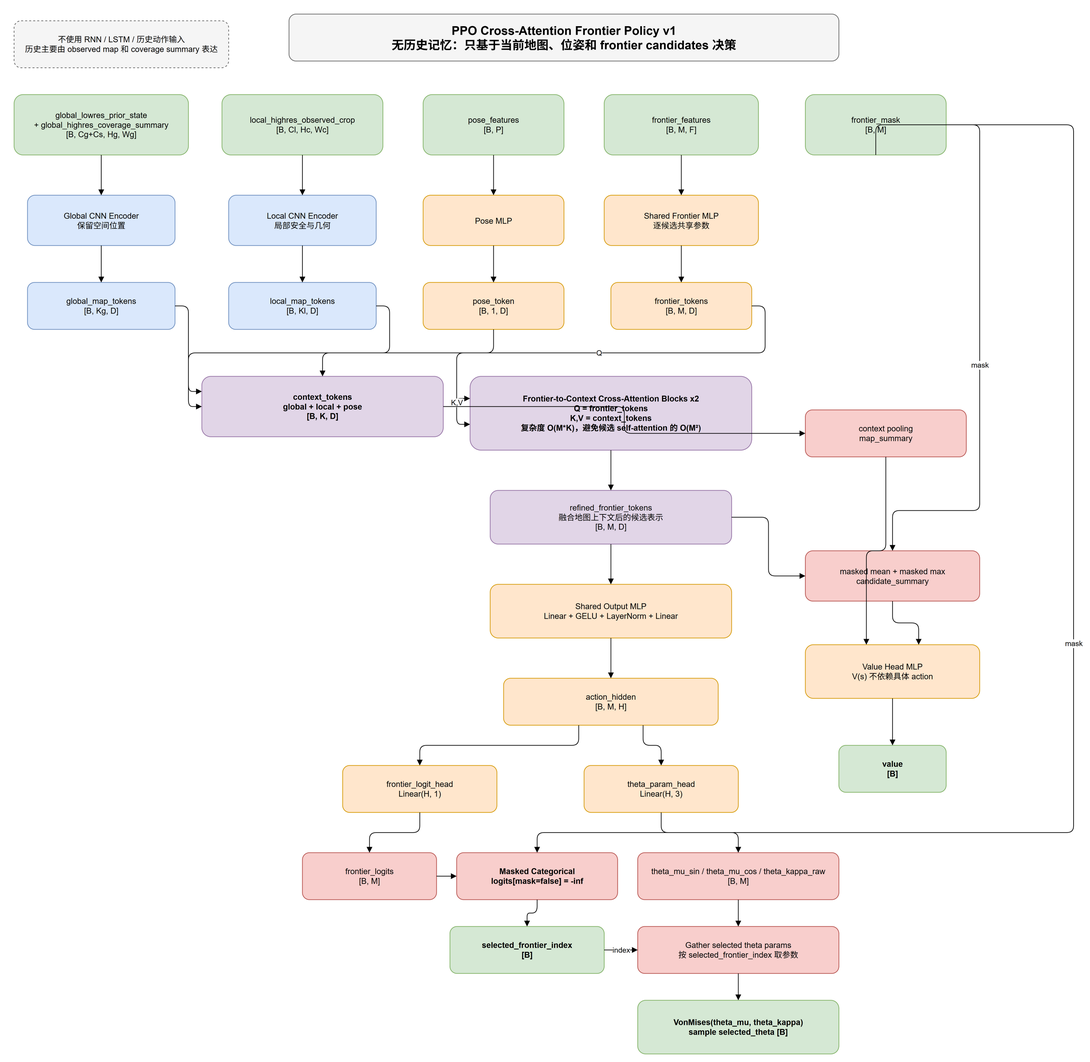
Before: docs/superpowers/diagrams/ppo-cross-attention-frontier-policy.drawio.png, a diagram exported from draw.io (sjidnsk/lunar-path-planning). Source tidied: cells renumbered, new cells last; positions are measured from the earlier drawing's top-left corner, leaving out a move shared by most shapes.
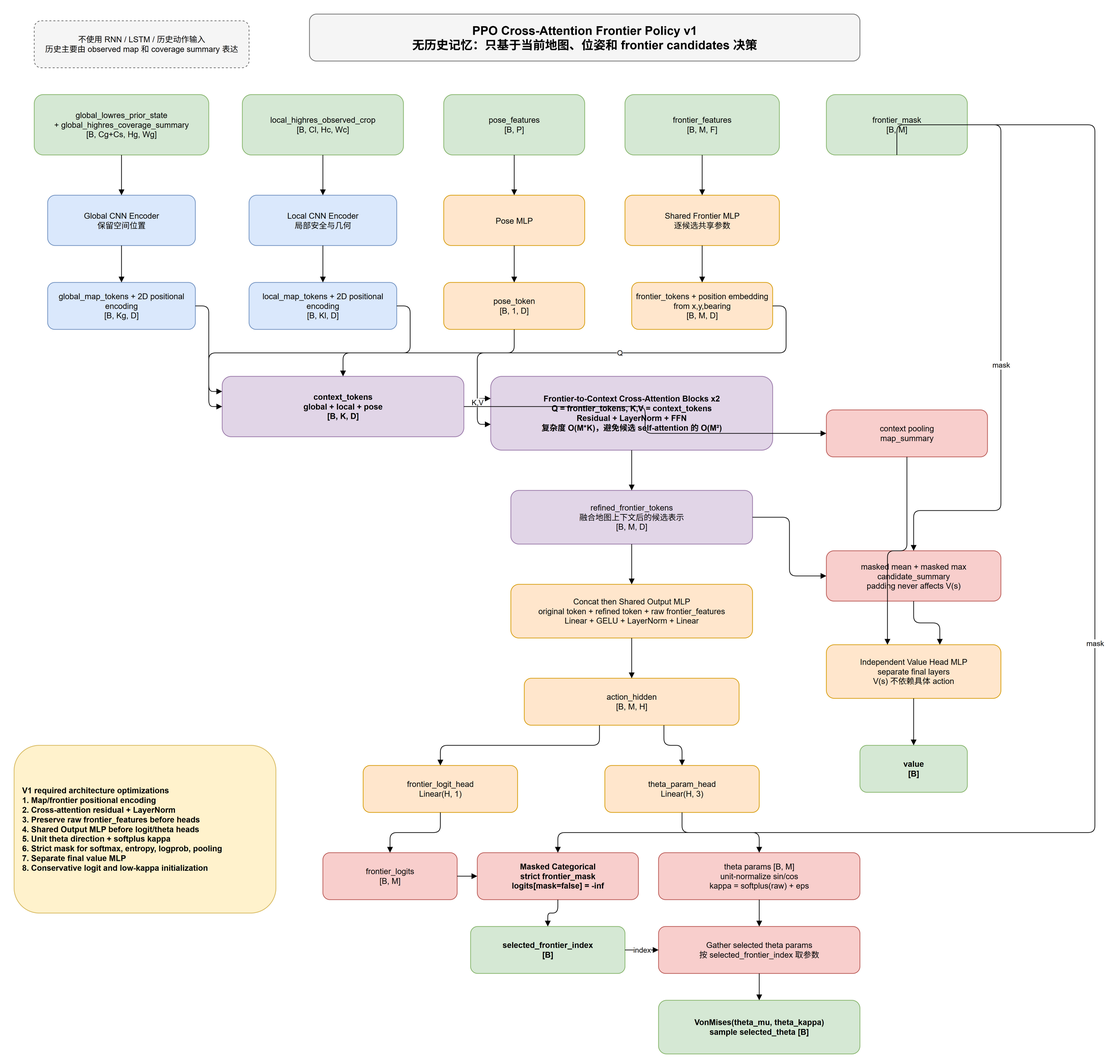
The same diagram one commit later.

Commit message:
docs: update PPO network architecture diagram

Change to the diagram source:
```diff
@@ -32,28 +32,28 @@
     <mxCell id="11" value="Shared Frontier MLP&#10;逐候选共享参数" style="rounded=1;whiteSpace=wrap;html=1;fillColor=#ffe6cc;strokeColor=#d79b00;fontSize=12;" parent="1" vertex="1">
       <mxGeometry x="880" y="270" width="230" height="75" as="geometry" />
     </mxCell>
-    <mxCell id="12" value="global_map_tokens&#10;[B, Kg, D]" style="rounded=1;whiteSpace=wrap;html=1;fillColor=#dae8fc;strokeColor=#6c8ebf;fontSize=12;" parent="1" vertex="1">
+    <mxCell id="12" value="global_map_tokens + 2D positional encoding&#10;[B, Kg, D]" style="rounded=1;whiteSpace=wrap;html=1;fillColor=#dae8fc;strokeColor=#6c8ebf;fontSize=12;" parent="1" vertex="1">
       <mxGeometry x="20" y="400" width="220" height="70" as="geometry" />
     </mxCell>
-    <mxCell id="13" value="local_map_tokens&#10;[B, Kl, D]" style="rounded=1;whiteSpace=wrap;html=1;fillColor=#dae8fc;strokeColor=#6c8ebf;fontSize=12;" parent="1" vertex="1">
+    <mxCell id="13" value="local_map_tokens + 2D positional encoding&#10;[B, Kl, D]" style="rounded=1;whiteSpace=wrap;html=1;fillColor=#dae8fc;strokeColor=#6c8ebf;fontSize=12;" parent="1" vertex="1">
       <mxGeometry x="320" y="400" width="220" height="70" as="geometry" />
     </mxCell>
     <mxCell id="14" value="pose_token&#10;[B, 1, D]" style="rounded=1;whiteSpace=wrap;html=1;fillColor=#ffe6cc;strokeColor=#d79b00;fontSize=12;" parent="1" vertex="1">
       <mxGeometry x="610" y="400" width="210" height="70" as="geometry" />
     </mxCell>
-    <mxCell id="15" value="frontier_tokens&#10;[B, M, D]" style="rounded=1;whiteSpace=wrap;html=1;fillColor=#ffe6cc;strokeColor=#d79b00;fontSize=12;" parent="1" vertex="1">
+    <mxCell id="15" value="frontier_tokens + position embedding&#10;from x,y,bearing&#10;[B, M, D]" style="rounded=1;whiteSpace=wrap;html=1;fillColor=#ffe6cc;strokeColor=#d79b00;fontSize=12;" parent="1" vertex="1">
       <mxGeometry x="890" y="400" width="210" height="70" as="geometry" />
     </mxCell>
     <mxCell id="16" value="context_tokens&#10;global + local + pose&#10;[B, K, D]" style="rounded=1;whiteSpace=wrap;html=1;fillColor=#e1d5e7;strokeColor=#9673a6;fontStyle=1;fontSize=12;" parent="1" vertex="1">
       <mxGeometry x="280" y="540" width="360" height="90" as="geometry" />
     </mxCell>
-    <mxCell id="17" value="Frontier-to-Context Cross-Attention Blocks x2&#10;Q = frontier_tokens&#10;K,V = context_tokens&#10;复杂度 O(M*K)，避免候选 self-attention 的 O(M²)" style="rounded=1;whiteSpace=wrap;html=1;fillColor=#e1d5e7;strokeColor=#9673a6;fontStyle=1;fontSize=12;" parent="1" vertex="1">
+    <mxCell id="17" value="Frontier-to-Context Cross-Attention Blocks x2&#10;Q = frontier_tokens, K,V = context_tokens&#10;Residual + LayerNorm + FFN&#10;复杂度 O(M*K)，避免候选 self-attention 的 O(M²)" style="rounded=1;whiteSpace=wrap;html=1;fillColor=#e1d5e7;strokeColor=#9673a6;fontStyle=1;fontSize=12;" parent="1" vertex="1">
       <mxGeometry x="680" y="540" width="420" height="110" as="geometry" />
     </mxCell>
     <mxCell id="18" value="refined_frontier_tokens&#10;融合地图上下文后的候选表示&#10;[B, M, D]" style="rounded=1;whiteSpace=wrap;html=1;fillColor=#e1d5e7;strokeColor=#9673a6;fontSize=12;" parent="1" vertex="1">
       <mxGeometry x="710" y="710" width="360" height="80" as="geometry" />
     </mxCell>
-    <mxCell id="19" value="Shared Output MLP&#10;Linear + GELU + LayerNorm + Linear" style="rounded=1;whiteSpace=wrap;html=1;fillColor=#ffe6cc;strokeColor=#d79b00;fontSize=12;" parent="1" vertex="1">
+    <mxCell id="19" value="Concat then Shared Output MLP&#10;original token + refined token + raw frontier_features&#10;Linear + GELU + LayerNorm + Linear" style="rounded=1;whiteSpace=wrap;html=1;fillColor=#ffe6cc;strokeColor=#d79b00;fontSize=12;" parent="1" vertex="1">
       <mxGeometry x="710" y="850" width="360" height="80" as="geometry" />
     </mxCell>
     <mxCell id="20" value="action_hidden&#10;[B, M, H]" style="rounded=1;whiteSpace=wrap;html=1;fillColor=#ffe6cc;strokeColor=#d79b00;fontSize=12;" parent="1" vertex="1">
@@ -68,13 +68,13 @@
     <mxCell id="23" value="frontier_logits&#10;[B, M]" style="rounded=1;whiteSpace=wrap;html=1;fillColor=#f8cecc;strokeColor=#b85450;fontSize=12;" parent="1" vertex="1">
       <mxGeometry x="430" y="1250" width="200" height="70" as="geometry" />
     </mxCell>
-    <mxCell id="24" value="Masked Categorical&#10;logits[mask=false] = -inf" style="rounded=1;whiteSpace=wrap;html=1;fillColor=#f8cecc;strokeColor=#b85450;fontStyle=1;fontSize=12;" parent="1" vertex="1">
+    <mxCell id="24" value="Masked Categorical&#10;strict frontier_mask&#10;logits[mask=false] = -inf" style="rounded=1;whiteSpace=wrap;html=1;fillColor=#f8cecc;strokeColor=#b85450;fontStyle=1;fontSize=12;" parent="1" vertex="1">
       <mxGeometry x="660" y="1250" width="240" height="70" as="geometry" />
     </mxCell>
     <mxCell id="25" value="selected_frontier_index&#10;[B]" style="rounded=1;whiteSpace=wrap;html=1;fillColor=#d5e8d4;strokeColor=#82b366;fontStyle=1;fontSize=12;" parent="1" vertex="1">
       <mxGeometry x="650" y="1360" width="230" height="70" as="geometry" />
     </mxCell>
-    <mxCell id="26" value="theta_mu_sin / theta_mu_cos / theta_kappa_raw&#10;[B, M]" style="rounded=1;whiteSpace=wrap;html=1;fillColor=#f8cecc;strokeColor=#b85450;fontSize=12;" parent="1" vertex="1">
+    <mxCell id="26" value="theta params [B, M]&#10;unit-normalize sin/cos&#10;kappa = softplus(raw) + eps" style="rounded=1;whiteSpace=wrap;html=1;fillColor=#f8cecc;strokeColor=#b85450;fontSize=12;" parent="1" vertex="1">
       <mxGeometry x="930" y="1250" width="300" height="70" as="geometry" />
     </mxCell>
     <mxCell id="27" value="Gather selected theta params&#10;按 selected_frontier_index 取参数" style="rounded=1;whiteSpace=wrap;html=1;fillColor=#f8cecc;strokeColor=#b85450;fontSize=12;" parent="1" vertex="1">
@@ -83,13 +83,13 @@
     <mxCell id="28" value="VonMises(theta_mu, theta_kappa)&#10;sample selected_theta [B]" style="rounded=1;whiteSpace=wrap;html=1;fillColor=#d5e8d4;strokeColor=#82b366;fontStyle=1;fontSize=12;" parent="1" vertex="1">
       <mxGeometry x="930" y="1470" width="300" height="80" as="geometry" />
     </mxCell>
-    <mxCell id="29" value="masked mean + masked max&#10;candidate_summary" style="rounded=1;whiteSpace=wrap;html=1;fillColor=#f8cecc;strokeColor=#b85450;fontSize=12;" parent="1" vertex="1">
+    <mxCell id="29" value="masked mean + masked max&#10;candidate_summary&#10;padding never affects V(s)" style="rounded=1;whiteSpace=wrap;html=1;fillColor=#f8cecc;strokeColor=#b85450;fontSize=12;" parent="1" vertex="1">
       <mxGeometry x="1180" y="800" width="260" height="75" as="geometry" />
     </mxCell>
     <mxCell id="30" value="context pooling&#10;map_summary" style="rounded=1;whiteSpace=wrap;html=1;fillColor=#f8cecc;strokeColor=#b85450;fontSize=12;" parent="1" vertex="1">
       <mxGeometry x="1180" y="590" width="240" height="70" as="geometry" />
     </mxCell>
-    <mxCell id="31" value="Value Head MLP&#10;V(s) 不依赖具体 action" style="rounded=1;whiteSpace=wrap;html=1;fillColor=#ffe6cc;strokeColor=#d79b00;fontSize=12;" parent="1" vertex="1">
+    <mxCell id="31" value="Independent Value Head MLP&#10;separate final layers&#10;V(s) 不依赖具体 action" style="rounded=1;whiteSpace=wrap;html=1;fillColor=#ffe6cc;strokeColor=#d79b00;fontSize=12;" parent="1" vertex="1">
       <mxGeometry x="1180" y="940" width="260" height="80" as="geometry" />
     </mxCell>
     <mxCell id="32" value="value&#10;[B]" style="rounded=1;whiteSpace=wrap;html=1;fillColor=#d5e8d4;strokeColor=#82b366;fontStyle=1;fontSize=12;" parent="1" vertex="1">
@@ -98,6 +98,9 @@
     <mxCell id="33" value="不使用 RNN / LSTM / 历史动作输入&#10;历史主要由 observed map 和 coverage summary 表达" style="rounded=1;whiteSpace=wrap;html=1;fillColor=#f5f5f5;strokeColor=#666666;dashed=1;fontSize=12;" parent="1" vertex="1">
       <mxGeometry y="10" width="320" height="70" as="geometry" />
     </mxCell>
+    <mxCell id="66" value="V1 required architecture optimizations&#10;1. Map/frontier positional encoding&#10;2. Cross-attention residual + LayerNorm&#10;3. Preserve raw frontier_features before heads&#10;4. Shared Output MLP before logit/theta heads&#10;5. Unit theta direction + softplus kappa&#10;6. Strict mask for softmax, entropy, logprob, pooling&#10;7. Separate final value MLP&#10;8. Conservative logit and low-kappa initialization" style="rounded=1;whiteSpace=wrap;html=1;fillColor=#fff2cc;strokeColor=#d6b656;fontStyle=1;fontSize=12;align=left;spacingLeft=10;" parent="1" vertex="1">
+      <mxGeometry x="-30" y="1090" width="390" height="250" as="geometry" />
+    </mxCell>
     <mxCell id="34" style="edgeStyle=orthogonalEdgeStyle;rounded=1;jettySize=auto;html=1;endArrow=block;entryX=0.5;entryY=0;exitX=0.5;exitY=1;" parent="1" edge="1" source="3" target="8">
       <mxGeometry relative="1" as="geometry" />
     </mxCell>
```
